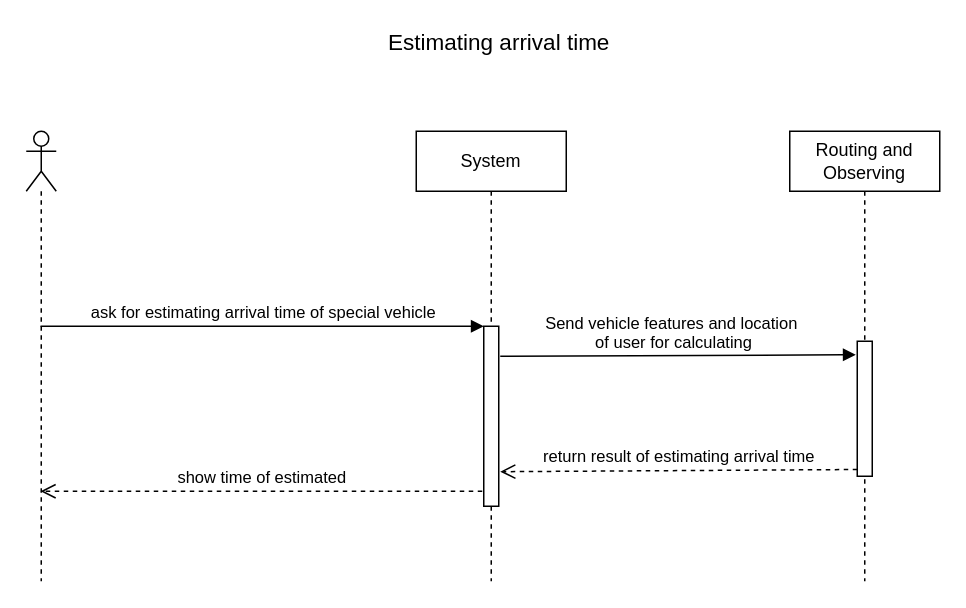
This is Behavioral Modeling/SequenceDiagram/estimate-arrival-vehicle.drawio from kargaranamir/Travelink, a draw.io file, before an edit. Source tidied: cells renumbered, new cells numbered last; positions are measured from the earlier drawing's top-left corner, leaving out a move shared by most shapes. Both pictures are drawn from the tidied source at 150%, with x=0, y=0 at pixel (26, 26).
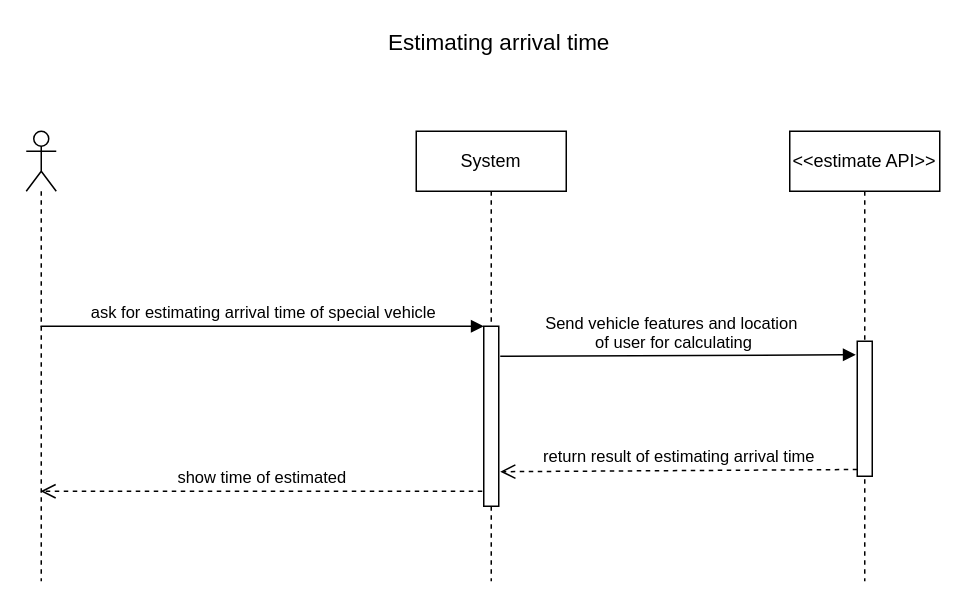
The same diagram, later.

The edit, as a diff of the source:
```diff
@@
 <mxGraphModel>
   <root>
     <mxCell id="0" />
     <mxCell id="1" parent="0" />
     <mxCell id="2" style="shape=umlLifeline;participant=umlActor;perimeter=lifelinePerimeter;whiteSpace=wrap;html=1;verticalAlign=top;spacingTop=36;labelBackgroundColor=#ffffff;outlineConnect=0;strokeWidth=1;" parent="1" vertex="1">
       <mxGeometry y="70" width="20" height="300" as="geometry" />
     </mxCell>
     <mxCell id="3" value="System" style="shape=umlLifeline;perimeter=lifelinePerimeter;whiteSpace=wrap;html=1;strokeWidth=1;" parent="1" vertex="1">
       <mxGeometry x="260" y="70" width="100" height="300" as="geometry" />
     </mxCell>
     <mxCell id="4" style="html=1;points=[];perimeter=orthogonalPerimeter;strokeWidth=1;" parent="3" vertex="1">
       <mxGeometry x="45" y="130" width="10" height="120" as="geometry" />
     </mxCell>
-    <mxCell id="5" value="Routing and Observing" style="shape=umlLifeline;perimeter=lifelinePerimeter;whiteSpace=wrap;html=1;strokeWidth=1;" parent="1" vertex="1">
+    <mxCell id="5" value="&amp;lt;&amp;lt;estimate API&amp;gt;&amp;gt;" style="shape=umlLifeline;perimeter=lifelinePerimeter;whiteSpace=wrap;html=1;strokeWidth=1;" parent="1" vertex="1">
       <mxGeometry x="509" y="70" width="100" height="300" as="geometry" />
     </mxCell>
     <mxCell id="6" style="html=1;points=[];perimeter=orthogonalPerimeter;strokeWidth=1;" parent="5" vertex="1">
       <mxGeometry x="45" y="140" width="10" height="90" as="geometry" />
     </mxCell>
     <mxCell id="7" value="ask for estimating arrival time of special vehicle" style="html=1;verticalAlign=bottom;endArrow=block;entryX=0;entryY=0;" parent="1" edge="1" source="2" target="4">
       <mxGeometry relative="1" as="geometry" />
     </mxCell>
     <mxCell id="8" value="Send vehicle features and location&lt;br&gt;&amp;nbsp;of user for calculating" style="html=1;verticalAlign=bottom;endArrow=block;entryX=-0.1;entryY=0.1;entryDx=0;entryDy=0;entryPerimeter=0;" parent="1" edge="1" target="6">
       <mxGeometry x="-0.04" relative="1" as="geometry">
         <mxPoint x="316" y="220" as="sourcePoint" />
       </mxGeometry>
     </mxCell>
     <mxCell id="9" value="return result of estimating arrival time" style="html=1;verticalAlign=bottom;endArrow=open;dashed=1;endSize=8;exitX=0;exitY=0.95;entryX=1.1;entryY=0.808;entryDx=0;entryDy=0;entryPerimeter=0;" parent="1" edge="1" source="6" target="4">
       <mxGeometry relative="1" as="geometry" />
     </mxCell>
     <mxCell id="10" value="show time of estimated" style="html=1;verticalAlign=bottom;endArrow=open;dashed=1;endSize=8;" parent="1" edge="1" target="2">
       <mxGeometry relative="1" as="geometry">
         <mxPoint x="304" y="310" as="sourcePoint" />
       </mxGeometry>
     </mxCell>
     <mxCell id="11" value="&lt;font style=&quot;font-size: 15px&quot;&gt;Estimating arrival time&lt;/font&gt;" style="text;html=1;strokeColor=none;fillColor=none;align=center;verticalAlign=middle;whiteSpace=wrap;rounded=0;" parent="1" vertex="1">
       <mxGeometry x="127.5" width="375" height="20" as="geometry" />
     </mxCell>
   </root>
 </mxGraphModel>
```
